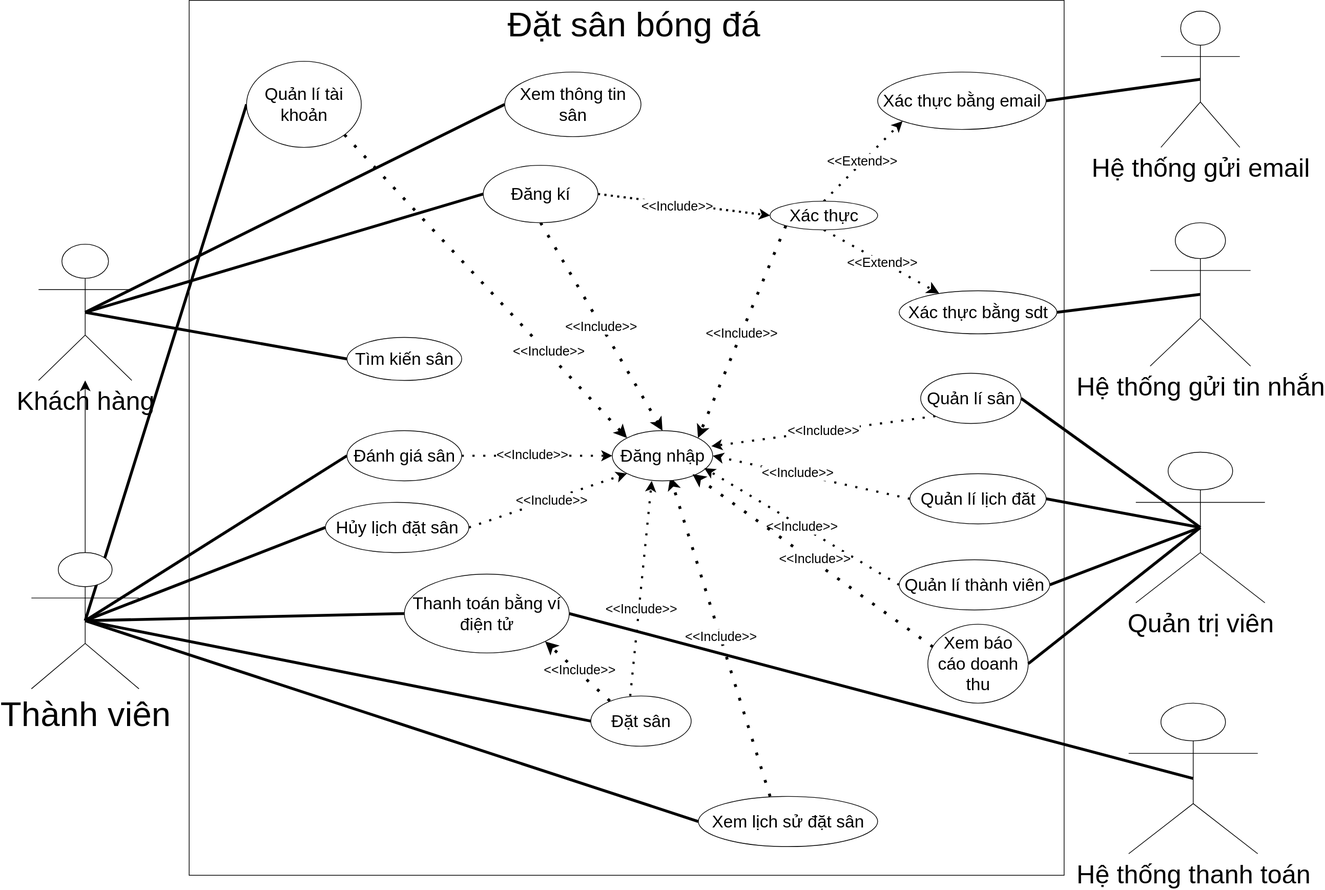
Earlier version of the draw.io export docs/Use-case-diagram.drawio.svg (imfakebot/DACSII-BE). Source tidied: cells renumbered, new cells last; positions are measured from the earlier drawing's top-left corner, leaving out a move shared by most shapes.
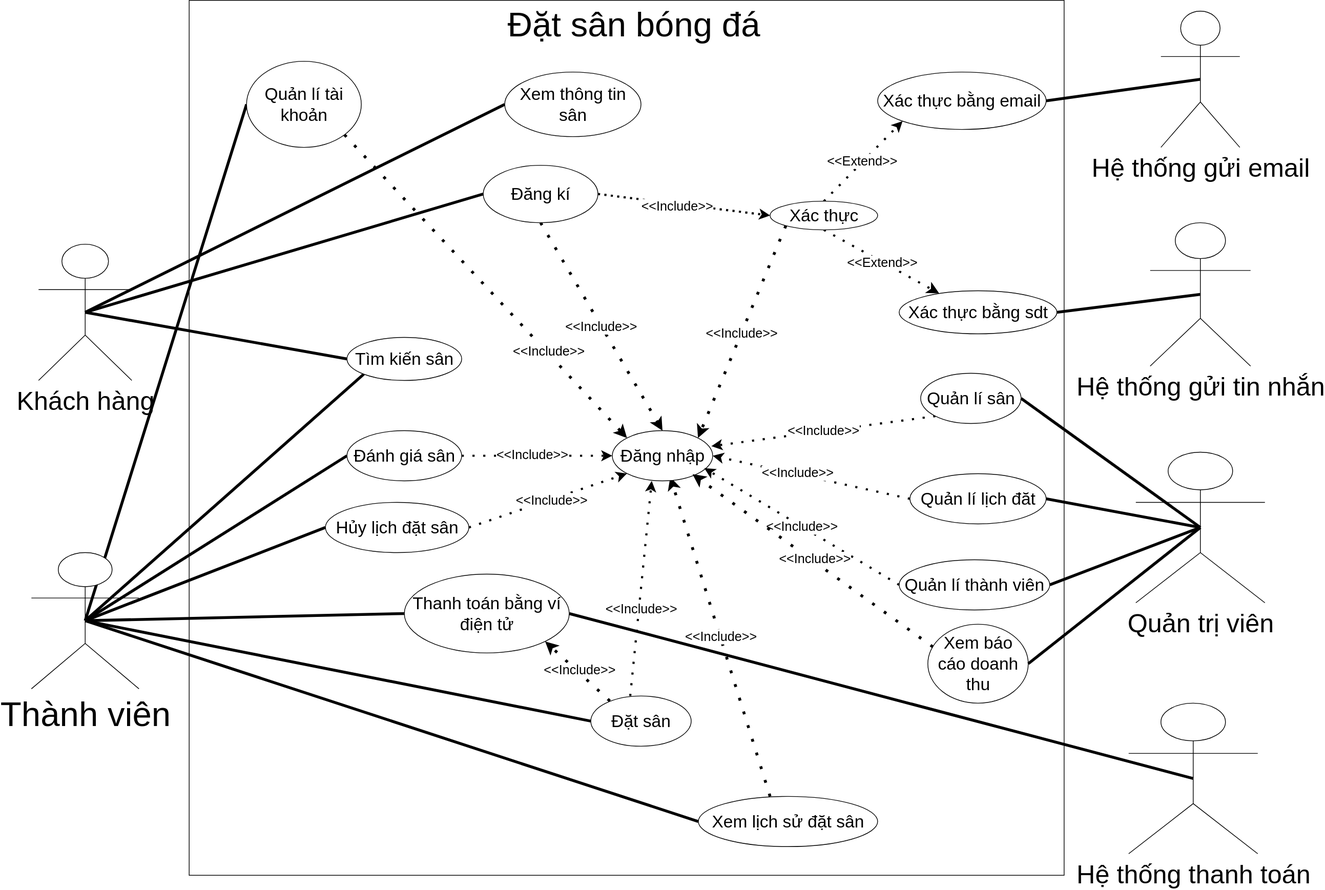
Later version of the same file.

Change to the diagram source:
```diff
@@ -20,9 +20,6 @@
     <mxCell id="7" value="&lt;font style=&quot;font-size: 48px;&quot;&gt;Đặt sân bóng đá&lt;/font&gt;&lt;div&gt;&lt;br&gt;&lt;/div&gt;" style="text;html=1;align=center;verticalAlign=middle;whiteSpace=wrap;rounded=0;" parent="1" vertex="1">
       <mxGeometry x="630" y="30" width="420" height="20" as="geometry" />
     </mxCell>
-    <mxCell id="8" style="edgeStyle=orthogonalEdgeStyle;rounded=0;jettySize=auto;html=1;startSize=23;endSize=12;" parent="1" edge="1" source="15" target="5">
-      <mxGeometry relative="1" as="geometry" />
-    </mxCell>
     <mxCell id="9" style="rounded=0;jettySize=auto;html=1;exitX=0.5;exitY=0.5;exitDx=0;exitDy=0;exitPerimeter=0;entryX=0;entryY=0.5;entryDx=0;entryDy=0;endArrow=none;endFill=0;strokeWidth=4;" parent="1" edge="1" source="15" target="37">
       <mxGeometry relative="1" as="geometry" />
     </mxCell>
@@ -41,6 +38,9 @@
     <mxCell id="14" style="rounded=0;jettySize=auto;html=1;exitX=0.5;exitY=0.5;exitDx=0;exitDy=0;exitPerimeter=0;entryX=0;entryY=0.5;entryDx=0;entryDy=0;strokeWidth=4;endArrow=none;endFill=0;" parent="1" edge="1" source="15" target="50">
       <mxGeometry relative="1" as="geometry" />
     </mxCell>
+    <mxCell id="74" style="rounded=0;jettySize=auto;html=1;exitX=0.5;exitY=0.5;exitDx=0;exitDy=0;exitPerimeter=0;entryX=0;entryY=1;entryDx=0;entryDy=0;strokeWidth=4;endArrow=none;endFill=0;" parent="1" edge="1" source="15" target="25">
+      <mxGeometry relative="1" as="geometry" />
+    </mxCell>
     <mxCell id="15" value="&lt;font style=&quot;font-size: 48px;&quot;&gt;Thành viên&lt;/font&gt;" style="shape=umlActor;verticalLabelPosition=bottom;verticalAlign=top;html=1;outlineConnect=0;" parent="1" vertex="1">
       <mxGeometry y="770" width="150" height="190" as="geometry" />
     </mxCell>
```
